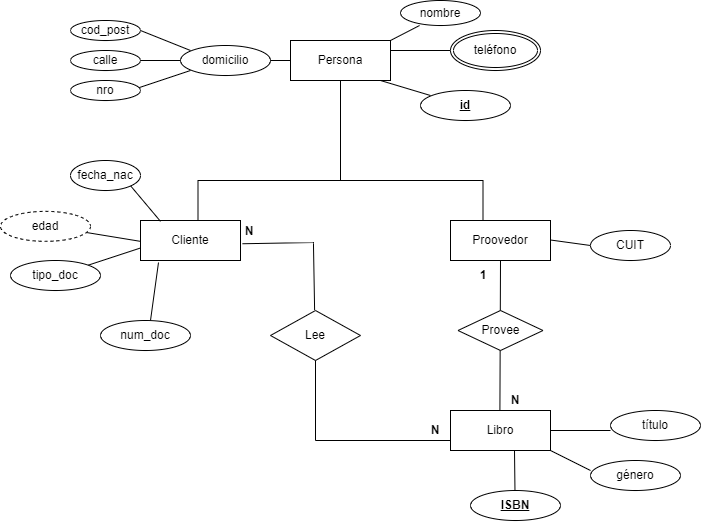
Above: Biblioteca-segunda forma.png in franchin98/Diagramas (draw.io), before the change. Source tidied: cells renumbered, new cells last; positions are measured from the earlier drawing's top-left corner, leaving out a move shared by most shapes.
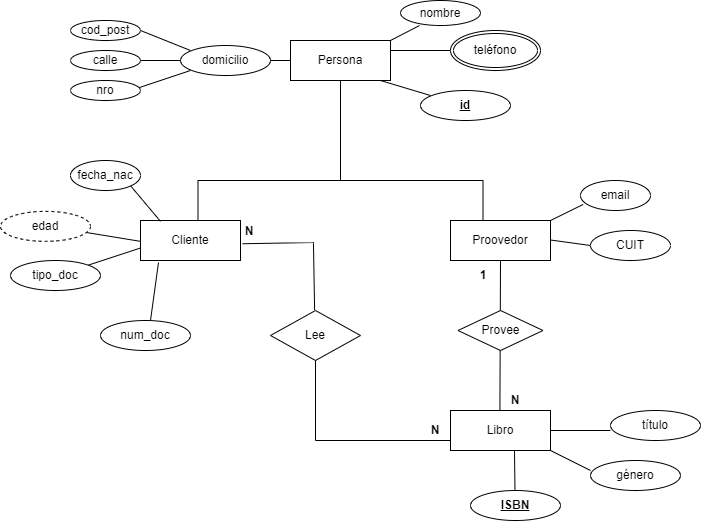
Later version of the same file.

What changed in the source:
```diff
@@ -172,5 +172,13 @@
     <mxCell id="46" value="1" style="text;html=1;strokeColor=none;fillColor=none;align=center;verticalAlign=middle;whiteSpace=wrap;rounded=0;fontStyle=1;" parent="1" vertex="1">
       <mxGeometry x="457.5" y="260" width="50" height="30" as="geometry" />
     </mxCell>
+    <mxCell id="47" value="email" style="ellipse;whiteSpace=wrap;html=1;align=center;" parent="1" vertex="1">
+      <mxGeometry x="580" y="180" width="70" height="30" as="geometry" />
+    </mxCell>
+    <mxCell id="48" style="endArrow=none;html=1;rounded=0;entryX=0.038;entryY=0.798;entryDx=0;entryDy=0;entryPerimeter=0;" parent="1" edge="1" target="47">
+      <mxGeometry relative="1" as="geometry">
+        <mxPoint x="550" y="220" as="sourcePoint" />
+      </mxGeometry>
+    </mxCell>
   </root>
 </mxGraphModel>
```
